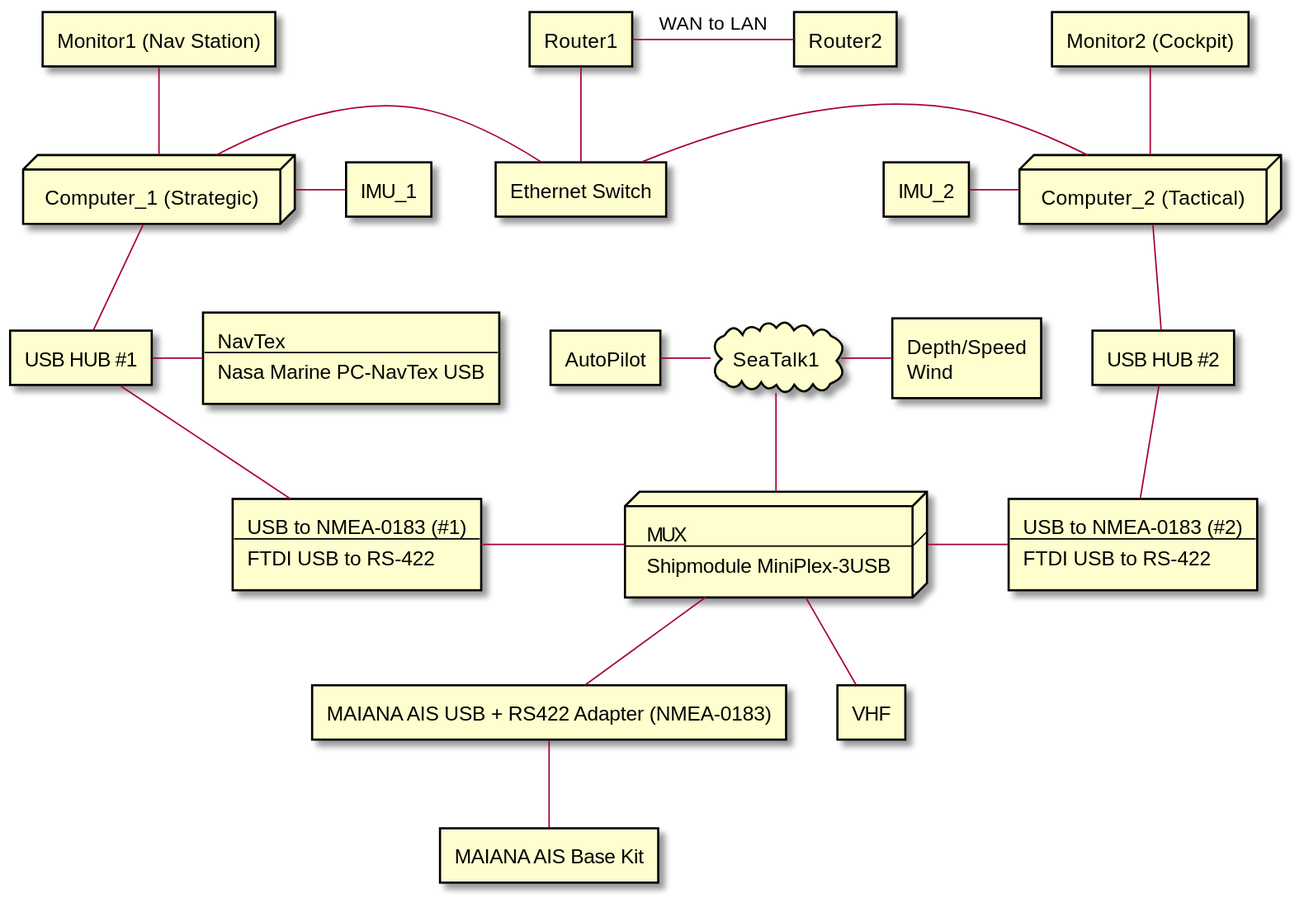
SY-Alcazar/SY-Alcazar keeps this PlantUML diagram as docs/images/two_comp_arch.svg. Above is the earlier version.
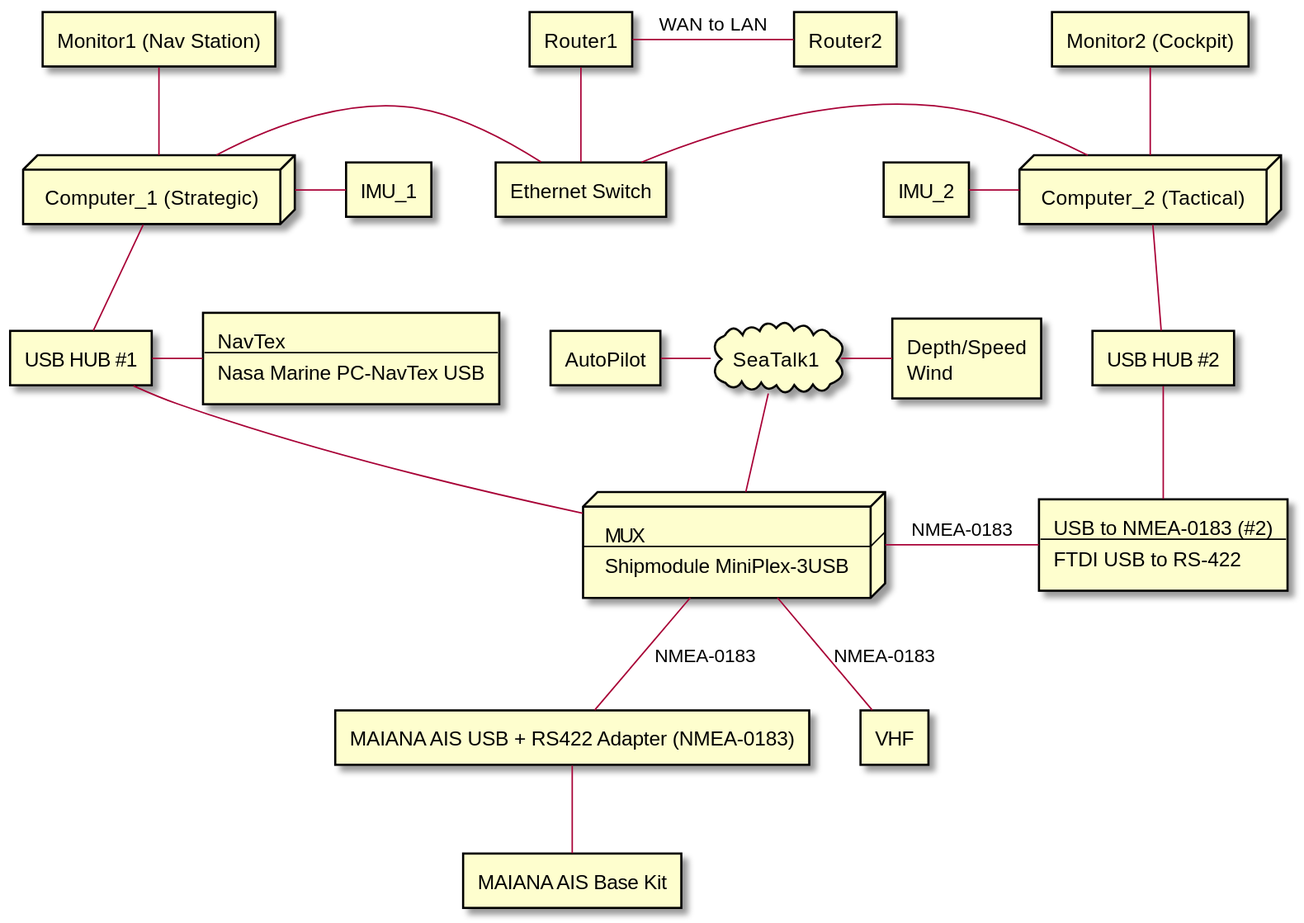
After the commit.

What changed in the source:
```diff
@@ -51,12 +51,6 @@
  Monitor2 (Cockpit)
 ]
 
-rectangle USB_to_Serial1 [
- USB to NMEA-0183 (#1)
- ----
- FTDI USB to RS-422
-]
-
 rectangle USB_to_Serial2 [
  USB to NMEA-0183 (#2)
  ----
@@ -96,11 +90,10 @@
 
 AIS -u- AIS_to_NMEA
 
-MUX -- AIS_to_NMEA
-MUX -l- USB_to_Serial1
-MUX -r- USB_to_Serial2
+MUX -- AIS_to_NMEA : NMEA-0183
+MUX -r- USB_to_Serial2 : NMEA-0183
 MUX -u- seatalk
-MUX -- VHF
+MUX -- VHF : NMEA-0183
 
 seatalk -r- instr
 seatalk -l- AP
@@ -116,7 +109,7 @@
 comp1 -d- usb_hub1
 comp2 -d- usb_hub2
 
-usb_hub1 -- USB_to_Serial1
+usb_hub1 -- MUX
 usb_hub2 -- USB_to_Serial2
 
 router1 -r- router2 : WAN to LAN
```
